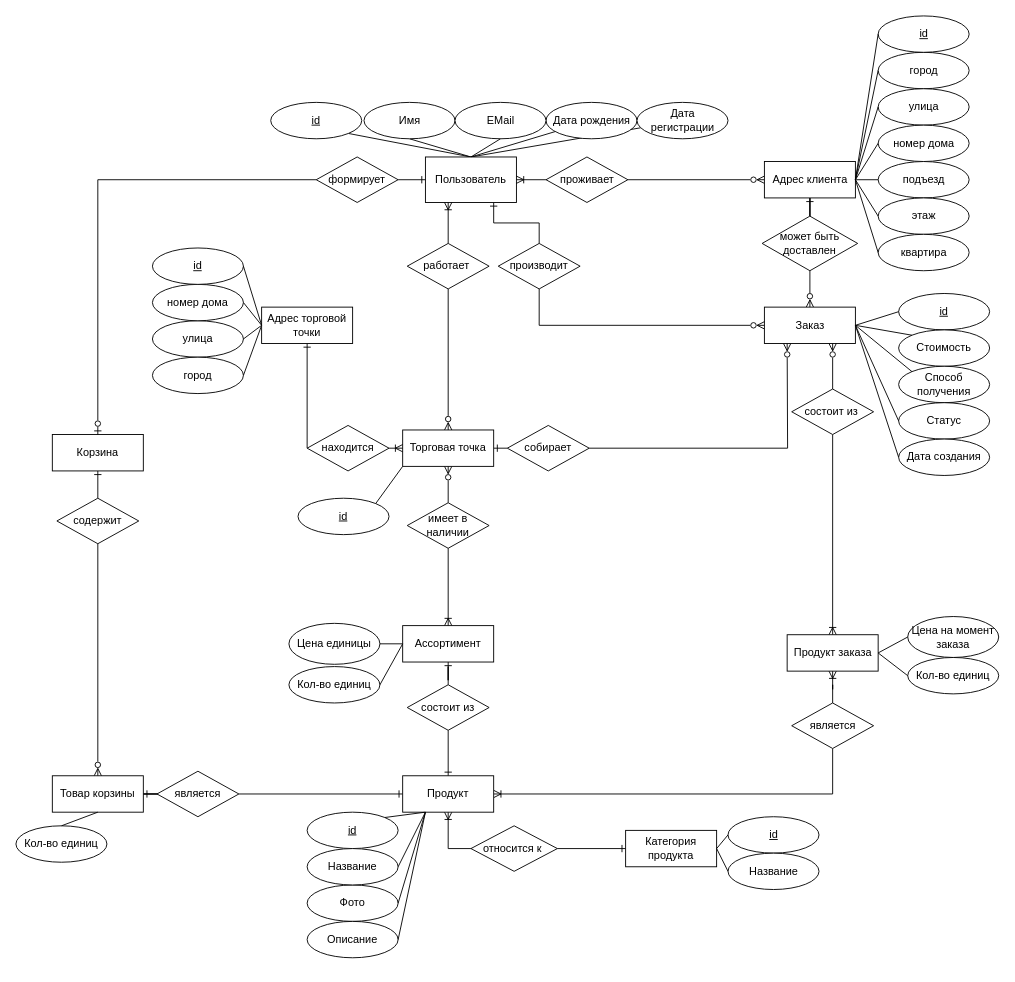
Before: docs/retailer.drawio in ivaaahn/retailer, a draw.io diagram. Source tidied: cells renumbered, new cells numbered last; positions are measured from the earlier drawing's top-left corner, leaving out a move shared by most shapes. Both pictures are drawn from the tidied source at 91%, with x=0, y=0 at pixel (15, 15).
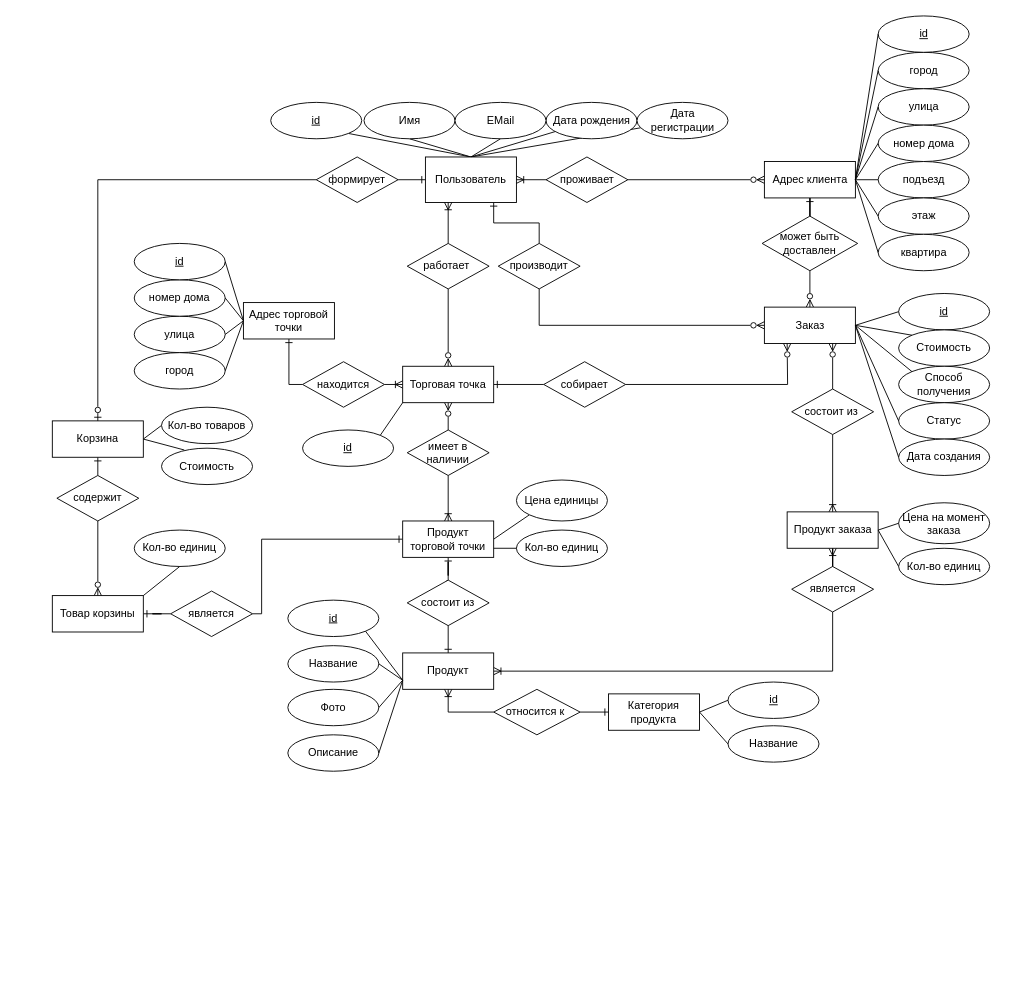
Above is the later version.

Unchanged cells that the change refers to:
```xml
<mxCell id="56" value="Заказ" style="whiteSpace=wrap;html=1;align=center;" parent="1" vertex="1">
  <mxGeometry x="822.5" y="320" width="100" height="40" as="geometry" />
</mxCell>
```

The edit, as a diff of the source:
```diff
@@
-    <mxCell id="13" style="jettySize=auto;html=1;entryX=1;entryY=0.5;entryDx=0;entryDy=0;startArrow=none;startFill=0;endArrow=none;endFill=0;rounded=0;exitX=0;exitY=0.5;exitDx=0;exitDy=0;" parent="1" edge="1" source="109" target="51">
+    <mxCell id="13" style="jettySize=auto;html=1;entryX=0;entryY=1;entryDx=0;entryDy=0;startArrow=none;startFill=0;endArrow=none;endFill=0;rounded=0;exitX=1;exitY=0.5;exitDx=0;exitDy=0;" parent="1" edge="1" source="109" target="51">
       <mxGeometry relative="1" as="geometry" />
     </mxCell>
@@
-    <mxCell id="16" style="edgeStyle=orthogonalEdgeStyle;rounded=0;jettySize=auto;html=1;startArrow=ERone;startFill=0;endArrow=none;endFill=0;" parent="1" edge="1" source="18" target="105">
-      <mxGeometry relative="1" as="geometry" />
+    <mxCell id="16" style="edgeStyle=orthogonalEdgeStyle;rounded=0;jettySize=auto;html=1;startArrow=ERone;startFill=0;endArrow=none;endFill=0;exitX=0;exitY=0.5;exitDx=0;exitDy=0;entryX=1;entryY=0.5;entryDx=0;entryDy=0;" parent="1" edge="1" source="109" target="105">
+      <mxGeometry relative="1" as="geometry">
+        <Array as="points">
+          <mxPoint x="270" y="575" />
+          <mxPoint x="270" y="657" />
+        </Array>
+      </mxGeometry>
     </mxCell>
-    <mxCell id="17" style="edgeStyle=orthogonalEdgeStyle;rounded=0;jettySize=auto;html=1;exitX=0.5;exitY=0;exitDx=0;exitDy=0;entryX=0.5;entryY=1;entryDx=0;entryDy=0;startArrow=ERone;startFill=0;endArrow=none;endFill=0;" parent="1" edge="1" source="18" target="110">
-      <mxGeometry relative="1" as="geometry" />
+    <mxCell id="17" style="edgeStyle=orthogonalEdgeStyle;rounded=0;jettySize=auto;html=1;exitX=0.5;exitY=0;exitDx=0;exitDy=0;entryX=0.5;entryY=1;entryDx=0;entryDy=0;startArrow=ERone;startFill=0;endArrow=none;endFill=0;" parent="1" edge="1" source="18">
+      <mxGeometry relative="1" as="geometry">
+        <mxPoint x="473.8" y="620" as="targetPoint" />
+      </mxGeometry>
     </mxCell>
     <mxCell id="18" value="Продукт" style="whiteSpace=wrap;html=1;align=center;" parent="1" vertex="1">
-      <mxGeometry x="425" y="835" width="100" height="40" as="geometry" />
+      <mxGeometry x="425" y="700" width="100" height="40" as="geometry" />
     </mxCell>
     <mxCell id="19" value="Фото" style="ellipse;whiteSpace=wrap;html=1;align=center;" parent="1" vertex="1">
-      <mxGeometry x="320" y="955" width="100" height="40" as="geometry" />
+      <mxGeometry x="298.8" y="740" width="100" height="40" as="geometry" />
     </mxCell>
     <mxCell id="20" value="Описание" style="ellipse;whiteSpace=wrap;html=1;align=center;" parent="1" vertex="1">
-      <mxGeometry x="320" y="995" width="100" height="40" as="geometry" />
+      <mxGeometry x="298.8" y="790" width="100" height="40" as="geometry" />
     </mxCell>
@@
     <mxCell id="22" value="id" style="ellipse;whiteSpace=wrap;html=1;align=center;fontStyle=4;" parent="1" vertex="1">
-      <mxGeometry x="320" y="875" width="100" height="40" as="geometry" />
+      <mxGeometry x="298.8" y="642" width="100" height="40" as="geometry" />
     </mxCell>
@@
-    <mxCell id="24" style="shape=connector;rounded=0;jettySize=auto;html=1;exitX=0.25;exitY=1;exitDx=0;exitDy=0;entryX=1;entryY=0;entryDx=0;entryDy=0;labelBackgroundColor=default;fontFamily=Helvetica;fontSize=11;fontColor=default;endArrow=none;endFill=0;strokeColor=default;" parent="1" edge="1" source="18" target="22">
+    <mxCell id="24" style="shape=connector;rounded=0;jettySize=auto;html=1;exitX=0;exitY=0.75;exitDx=0;exitDy=0;entryX=1;entryY=1;entryDx=0;entryDy=0;labelBackgroundColor=default;fontFamily=Helvetica;fontSize=11;fontColor=default;endArrow=none;endFill=0;strokeColor=default;" parent="1" edge="1" source="18" target="22">
       <mxGeometry relative="1" as="geometry" />
     </mxCell>
-    <mxCell id="25" style="shape=connector;rounded=0;jettySize=auto;html=1;exitX=0.25;exitY=1;exitDx=0;exitDy=0;entryX=1;entryY=0.5;entryDx=0;entryDy=0;labelBackgroundColor=default;fontFamily=Helvetica;fontSize=11;fontColor=default;endArrow=none;endFill=0;strokeColor=default;" parent="1" edge="1" source="18" target="19">
+    <mxCell id="25" style="shape=connector;rounded=0;jettySize=auto;html=1;exitX=0;exitY=0.75;exitDx=0;exitDy=0;entryX=1;entryY=0.5;entryDx=0;entryDy=0;labelBackgroundColor=default;fontFamily=Helvetica;fontSize=11;fontColor=default;endArrow=none;endFill=0;strokeColor=default;" parent="1" edge="1" source="18" target="19">
       <mxGeometry relative="1" as="geometry" />
     </mxCell>
-    <mxCell id="26" style="shape=connector;rounded=0;jettySize=auto;html=1;exitX=0.25;exitY=1;exitDx=0;exitDy=0;entryX=1;entryY=0.5;entryDx=0;entryDy=0;labelBackgroundColor=default;fontFamily=Helvetica;fontSize=11;fontColor=default;endArrow=none;endFill=0;strokeColor=default;" parent="1" edge="1" source="18" target="20">
+    <mxCell id="26" style="shape=connector;rounded=0;jettySize=auto;html=1;exitX=0;exitY=0.75;exitDx=0;exitDy=0;entryX=1;entryY=0.5;entryDx=0;entryDy=0;labelBackgroundColor=default;fontFamily=Helvetica;fontSize=11;fontColor=default;endArrow=none;endFill=0;strokeColor=default;" parent="1" edge="1" source="18" target="20">
       <mxGeometry relative="1" as="geometry" />
     </mxCell>
     <mxCell id="27" value="улица" style="ellipse;whiteSpace=wrap;html=1;align=center;" parent="1" vertex="1">
-      <mxGeometry x="150" y="335" width="100" height="40" as="geometry" />
+      <mxGeometry x="130" y="330" width="100" height="40" as="geometry" />
     </mxCell>
@@
+    <mxCell id="124" style="rounded=0;jettySize=auto;html=1;exitX=1;exitY=0.5;exitDx=0;exitDy=0;entryX=0.25;entryY=0.05;entryDx=0;entryDy=0;fontColor=#B3B3B3;startArrow=none;startFill=0;endArrow=none;endFill=0;entryPerimeter=0;" parent="1" edge="1" source="30" target="126">
+      <mxGeometry relative="1" as="geometry" />
+    </mxCell>
+    <mxCell id="125" style="edgeStyle=none;rounded=0;jettySize=auto;html=1;exitX=1;exitY=0.5;exitDx=0;exitDy=0;entryX=0;entryY=0.5;entryDx=0;entryDy=0;fontColor=#B3B3B3;startArrow=none;startFill=0;endArrow=none;endFill=0;" parent="1" edge="1" source="30" target="127">
+      <mxGeometry relative="1" as="geometry" />
+    </mxCell>
     <mxCell id="30" value="Корзина" style="whiteSpace=wrap;html=1;align=center;" parent="1" vertex="1">
-      <mxGeometry x="40" y="460" width="100" height="40" as="geometry" />
+      <mxGeometry x="40" y="445" width="100" height="40" as="geometry" />
     </mxCell>
     <mxCell id="31" value="содержит" style="shape=rhombus;perimeter=rhombusPerimeter;whiteSpace=wrap;html=1;align=center;" parent="1" vertex="1">
-      <mxGeometry x="45" y="530" width="90" height="50" as="geometry" />
+      <mxGeometry x="45" y="505" width="90" height="50" as="geometry" />
     </mxCell>
@@
     <mxCell id="34" style="edgeStyle=none;rounded=0;jettySize=auto;html=1;entryX=0.5;entryY=1;entryDx=0;entryDy=0;startArrow=none;startFill=0;endArrow=ERone;endFill=0;exitX=0;exitY=0.5;exitDx=0;exitDy=0;" parent="1" edge="1" source="53" target="52">
       <mxGeometry relative="1" as="geometry">
         <Array as="points">
-          <mxPoint x="320" y="475" />
+          <mxPoint x="300" y="405" />
         </Array>
       </mxGeometry>
     </mxCell>
     <mxCell id="35" value="Торговая точка" style="whiteSpace=wrap;html=1;align=center;" parent="1" vertex="1">
-      <mxGeometry x="425" y="455" width="100" height="40" as="geometry" />
+      <mxGeometry x="425" y="385" width="100" height="40" as="geometry" />
     </mxCell>
     <mxCell id="36" value="имеет в наличии" style="shape=rhombus;perimeter=rhombusPerimeter;whiteSpace=wrap;html=1;align=center;" parent="1" vertex="1">
-      <mxGeometry x="430" y="535" width="90" height="50" as="geometry" />
+      <mxGeometry x="430" y="455" width="90" height="50" as="geometry" />
     </mxCell>
@@
     <mxCell id="38" value="город" style="ellipse;whiteSpace=wrap;html=1;align=center;" parent="1" vertex="1">
-      <mxGeometry x="150" y="375" width="100" height="40" as="geometry" />
+      <mxGeometry x="130" y="370" width="100" height="40" as="geometry" />
     </mxCell>
@@
     <mxCell id="40" value="id" style="ellipse;whiteSpace=wrap;html=1;align=center;fontStyle=4;" parent="1" vertex="1">
-      <mxGeometry x="310" y="530" width="100" height="40" as="geometry" />
+      <mxGeometry x="315" y="455" width="100" height="40" as="geometry" />
     </mxCell>
@@
     <mxCell id="43" style="edgeStyle=none;rounded=0;jettySize=auto;html=1;exitX=1;exitY=0.5;exitDx=0;exitDy=0;entryX=0.25;entryY=1;entryDx=0;entryDy=0;startArrow=none;startFill=0;endArrow=ERzeroToMany;endFill=0;" parent="1" edge="1" source="89" target="56">
       <mxGeometry relative="1" as="geometry">
         <Array as="points">
-          <mxPoint x="848" y="475" />
+          <mxPoint x="848" y="405" />
         </Array>
       </mxGeometry>
     </mxCell>
     <mxCell id="44" value="номер дома" style="ellipse;whiteSpace=wrap;html=1;align=center;" parent="1" vertex="1">
-      <mxGeometry x="150" y="295" width="100" height="40" as="geometry" />
+      <mxGeometry x="130" y="290" width="100" height="40" as="geometry" />
     </mxCell>
@@
     <mxCell id="46" value="Название" style="ellipse;whiteSpace=wrap;html=1;align=center;" parent="1" vertex="1">
-      <mxGeometry x="320" y="915" width="100" height="40" as="geometry" />
+      <mxGeometry x="298.8" y="692" width="100" height="40" as="geometry" />
     </mxCell>
-    <mxCell id="47" style="shape=connector;rounded=0;jettySize=auto;html=1;exitX=0.25;exitY=1;exitDx=0;exitDy=0;labelBackgroundColor=default;fontFamily=Helvetica;fontSize=11;fontColor=default;endArrow=none;endFill=0;strokeColor=default;entryX=1;entryY=0.5;entryDx=0;entryDy=0;" parent="1" edge="1" source="18" target="46">
+    <mxCell id="47" style="shape=connector;rounded=0;jettySize=auto;html=1;exitX=0;exitY=0.75;exitDx=0;exitDy=0;labelBackgroundColor=default;fontFamily=Helvetica;fontSize=11;fontColor=default;endArrow=none;endFill=0;strokeColor=default;entryX=1;entryY=0.5;entryDx=0;entryDy=0;" parent="1" edge="1" source="18" target="46">
       <mxGeometry relative="1" as="geometry" />
     </mxCell>
@@
     <mxCell id="51" value="Цена единицы" style="ellipse;whiteSpace=wrap;html=1;align=center;" parent="1" vertex="1">
-      <mxGeometry x="300" y="667.5" width="100" height="45" as="geometry" />
+      <mxGeometry x="550" y="510" width="100" height="45" as="geometry" />
     </mxCell>
     <mxCell id="52" value="Адрес торговой точки" style="whiteSpace=wrap;html=1;align=center;" parent="1" vertex="1">
-      <mxGeometry x="270" y="320" width="100" height="40" as="geometry" />
+      <mxGeometry x="250" y="315" width="100" height="40" as="geometry" />
     </mxCell>
     <mxCell id="53" value="находится" style="shape=rhombus;perimeter=rhombusPerimeter;whiteSpace=wrap;html=1;align=center;" parent="1" vertex="1">
-      <mxGeometry x="320" y="450" width="90" height="50" as="geometry" />
+      <mxGeometry x="315" y="380" width="90" height="50" as="geometry" />
     </mxCell>
@@
     <mxCell id="80" value="id" style="ellipse;whiteSpace=wrap;html=1;align=center;fontStyle=4;" parent="1" vertex="1">
-      <mxGeometry x="150" y="255" width="100" height="40" as="geometry" />
+      <mxGeometry x="130" y="250" width="100" height="40" as="geometry" />
     </mxCell>
@@
     <mxCell id="89" value="собирает" style="shape=rhombus;perimeter=rhombusPerimeter;whiteSpace=wrap;html=1;align=center;" parent="1" vertex="1">
-      <mxGeometry x="540" y="450" width="90" height="50" as="geometry" />
+      <mxGeometry x="580" y="380" width="90" height="50" as="geometry" />
     </mxCell>
@@
     <mxCell id="91" value="является" style="shape=rhombus;perimeter=rhombusPerimeter;whiteSpace=wrap;html=1;align=center;" parent="1" vertex="1">
-      <mxGeometry x="852.5" y="755" width="90" height="50" as="geometry" />
+      <mxGeometry x="852.5" y="605" width="90" height="50" as="geometry" />
     </mxCell>
@@
     <mxCell id="96" value="относится к&amp;nbsp;" style="shape=rhombus;perimeter=rhombusPerimeter;whiteSpace=wrap;html=1;align=center;" parent="1" vertex="1">
-      <mxGeometry x="500" y="890" width="95" height="50" as="geometry" />
+      <mxGeometry x="525" y="740" width="95" height="50" as="geometry" />
     </mxCell>
@@
     <mxCell id="98" value="Категория продукта" style="whiteSpace=wrap;html=1;align=center;" parent="1" vertex="1">
-      <mxGeometry x="670" y="895" width="100" height="40" as="geometry" />
+      <mxGeometry x="651.2" y="745" width="100" height="40" as="geometry" />
     </mxCell>
     <mxCell id="99" value="id" style="ellipse;whiteSpace=wrap;html=1;align=center;fontStyle=4;" parent="1" vertex="1">
-      <mxGeometry x="782.5" y="880" width="100" height="40" as="geometry" />
+      <mxGeometry x="782.5" y="732" width="100" height="40" as="geometry" />
     </mxCell>
     <mxCell id="100" value="Название" style="ellipse;whiteSpace=wrap;html=1;align=center;" parent="1" vertex="1">
-      <mxGeometry x="782.5" y="920" width="100" height="40" as="geometry" />
+      <mxGeometry x="782.5" y="780" width="100" height="40" as="geometry" />
     </mxCell>
@@
     <mxCell id="104" value="Товар корзины" style="whiteSpace=wrap;html=1;align=center;" parent="1" vertex="1">
-      <mxGeometry x="40" y="835" width="100" height="40" as="geometry" />
+      <mxGeometry x="40" y="637" width="100" height="40" as="geometry" />
     </mxCell>
     <mxCell id="105" value="является" style="shape=rhombus;perimeter=rhombusPerimeter;whiteSpace=wrap;html=1;align=center;" parent="1" vertex="1">
-      <mxGeometry x="155" y="830" width="90" height="50" as="geometry" />
+      <mxGeometry x="170" y="632" width="90" height="50" as="geometry" />
     </mxCell>
     <mxCell id="106" value="Кол-во единиц" style="ellipse;whiteSpace=wrap;html=1;align=center;" parent="1" vertex="1">
-      <mxGeometry y="890" width="100" height="40" as="geometry" />
+      <mxGeometry x="130" y="565" width="100" height="40" as="geometry" />
     </mxCell>
-    <mxCell id="107" style="shape=connector;rounded=0;jettySize=auto;html=1;exitX=0.5;exitY=1;exitDx=0;exitDy=0;labelBackgroundColor=default;fontFamily=Helvetica;fontSize=11;fontColor=default;endArrow=none;endFill=0;strokeColor=default;entryX=0.5;entryY=0;entryDx=0;entryDy=0;" parent="1" edge="1" source="104" target="106">
+    <mxCell id="107" style="shape=connector;rounded=0;jettySize=auto;html=1;exitX=1;exitY=0;exitDx=0;exitDy=0;labelBackgroundColor=default;fontFamily=Helvetica;fontSize=11;fontColor=default;endArrow=none;endFill=0;strokeColor=default;entryX=0.5;entryY=1;entryDx=0;entryDy=0;" parent="1" edge="1" source="104" target="106">
       <mxGeometry relative="1" as="geometry" />
     </mxCell>
@@
-    <mxCell id="109" value="Ассортимент" style="whiteSpace=wrap;html=1;align=center;" parent="1" vertex="1">
-      <mxGeometry x="425" y="670" width="100" height="40" as="geometry" />
+    <mxCell id="109" value="Продукт торговой точки" style="whiteSpace=wrap;html=1;align=center;" parent="1" vertex="1">
+      <mxGeometry x="425" y="555" width="100" height="40" as="geometry" />
     </mxCell>
     <mxCell id="110" value="состоит из" style="shape=rhombus;perimeter=rhombusPerimeter;whiteSpace=wrap;html=1;align=center;" parent="1" vertex="1">
-      <mxGeometry x="430" y="735" width="90" height="50" as="geometry" />
+      <mxGeometry x="430" y="620" width="90" height="50" as="geometry" />
     </mxCell>
     <mxCell id="111" value="Кол-во единиц" style="ellipse;whiteSpace=wrap;html=1;align=center;" parent="1" vertex="1">
-      <mxGeometry x="300" y="715" width="100" height="40" as="geometry" />
+      <mxGeometry x="550" y="565" width="100" height="40" as="geometry" />
     </mxCell>
-    <mxCell id="112" style="shape=connector;rounded=0;jettySize=auto;html=1;exitX=0;exitY=0.5;exitDx=0;exitDy=0;entryX=1;entryY=0.5;entryDx=0;entryDy=0;labelBackgroundColor=default;fontFamily=Helvetica;fontSize=11;fontColor=default;endArrow=none;endFill=0;strokeColor=default;" parent="1" edge="1" source="109" target="111">
+    <mxCell id="112" style="shape=connector;rounded=0;jettySize=auto;html=1;exitX=1;exitY=0.75;exitDx=0;exitDy=0;entryX=0;entryY=0.5;entryDx=0;entryDy=0;labelBackgroundColor=default;fontFamily=Helvetica;fontSize=11;fontColor=default;endArrow=none;endFill=0;strokeColor=default;" parent="1" edge="1" source="109" target="111">
       <mxGeometry relative="1" as="geometry" />
     </mxCell>
@@
     <mxCell id="115" value="Продукт заказа" style="whiteSpace=wrap;html=1;align=center;" parent="1" vertex="1">
-      <mxGeometry x="847.5" y="680" width="100" height="40" as="geometry" />
+      <mxGeometry x="847.5" y="545" width="100" height="40" as="geometry" />
     </mxCell>
@@
     <mxCell id="118" value="Цена на момент заказа" style="ellipse;whiteSpace=wrap;html=1;align=center;" parent="1" vertex="1">
-      <mxGeometry x="980" y="660" width="100" height="45" as="geometry" />
+      <mxGeometry x="970" y="535" width="100" height="45" as="geometry" />
     </mxCell>
     <mxCell id="119" value="Кол-во единиц" style="ellipse;whiteSpace=wrap;html=1;align=center;" parent="1" vertex="1">
-      <mxGeometry x="980" y="705" width="100" height="40" as="geometry" />
+      <mxGeometry x="970" y="585" width="100" height="40" as="geometry" />
     </mxCell>
@@
+    <mxCell id="126" value="Стоимость" style="ellipse;whiteSpace=wrap;html=1;align=center;" parent="1" vertex="1">
+      <mxGeometry x="160" y="475" width="100" height="40" as="geometry" />
+    </mxCell>
+    <mxCell id="127" value="Кол-во товаров" style="ellipse;whiteSpace=wrap;html=1;align=center;" parent="1" vertex="1">
+      <mxGeometry x="160" y="430" width="100" height="40" as="geometry" />
+    </mxCell>
```
